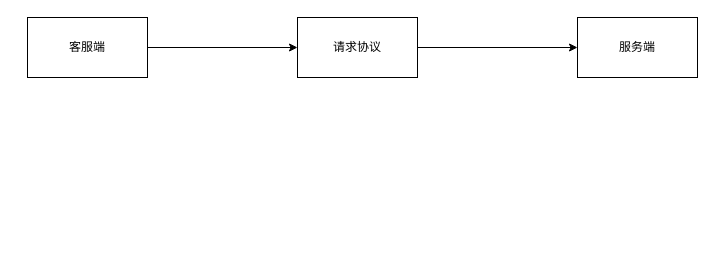
This is 数据请求.drawio from RoboertLaw/company-mall, a draw.io file, before an edit. Source tidied: cells renumbered, new cells numbered last; positions are measured from the earlier drawing's top-left corner, leaving out a move shared by most shapes. Both pictures are drawn from the tidied source at 100%, with x=0, y=0 at pixel (27, 17).
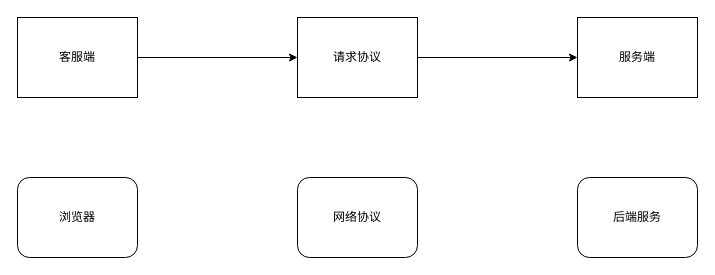
The same page after the edit.

Commit message:
更新数据请求.drawio

What changed in the source:
```diff
@@
 <mxGraphModel>
   <root>
     <mxCell id="0" />
     <mxCell id="1" parent="0" />
     <mxCell id="2" style="edgeStyle=orthogonalEdgeStyle;rounded=0;jettySize=auto;html=1;entryX=0;entryY=0.5;entryDx=0;entryDy=0;" parent="1" edge="1" source="3" target="6">
       <mxGeometry relative="1" as="geometry" />
     </mxCell>
     <mxCell id="3" value="客服端" style="whiteSpace=wrap;html=1;" parent="1" vertex="1">
-      <mxGeometry width="120" height="60" as="geometry" />
+      <mxGeometry x="-10" width="120" height="80" as="geometry" />
     </mxCell>
     <mxCell id="4" value="服务端" style="whiteSpace=wrap;html=1;" parent="1" vertex="1">
-      <mxGeometry x="550" width="120" height="60" as="geometry" />
+      <mxGeometry x="550" width="120" height="80" as="geometry" />
     </mxCell>
     <mxCell id="5" style="edgeStyle=orthogonalEdgeStyle;rounded=0;jettySize=auto;html=1;entryX=0;entryY=0.5;entryDx=0;entryDy=0;" parent="1" edge="1" source="6" target="4">
       <mxGeometry relative="1" as="geometry" />
     </mxCell>
     <mxCell id="6" value="请求协议" style="whiteSpace=wrap;html=1;" parent="1" vertex="1">
-      <mxGeometry x="270" width="120" height="60" as="geometry" />
+      <mxGeometry x="270" width="120" height="80" as="geometry" />
     </mxCell>
+    <mxCell id="7" value="网络协议" style="rounded=1;whiteSpace=wrap;html=1;" parent="1" vertex="1">
+      <mxGeometry x="270" y="160" width="120" height="80" as="geometry" />
+    </mxCell>
+    <mxCell id="8" value="浏览器" style="rounded=1;whiteSpace=wrap;html=1;" parent="1" vertex="1">
+      <mxGeometry x="-10" y="160" width="120" height="80" as="geometry" />
+    </mxCell>
+    <mxCell id="9" value="后端服务" style="rounded=1;whiteSpace=wrap;html=1;" parent="1" vertex="1">
+      <mxGeometry x="550" y="160" width="120" height="80" as="geometry" />
+    </mxCell>
   </root>
 </mxGraphModel>
```
